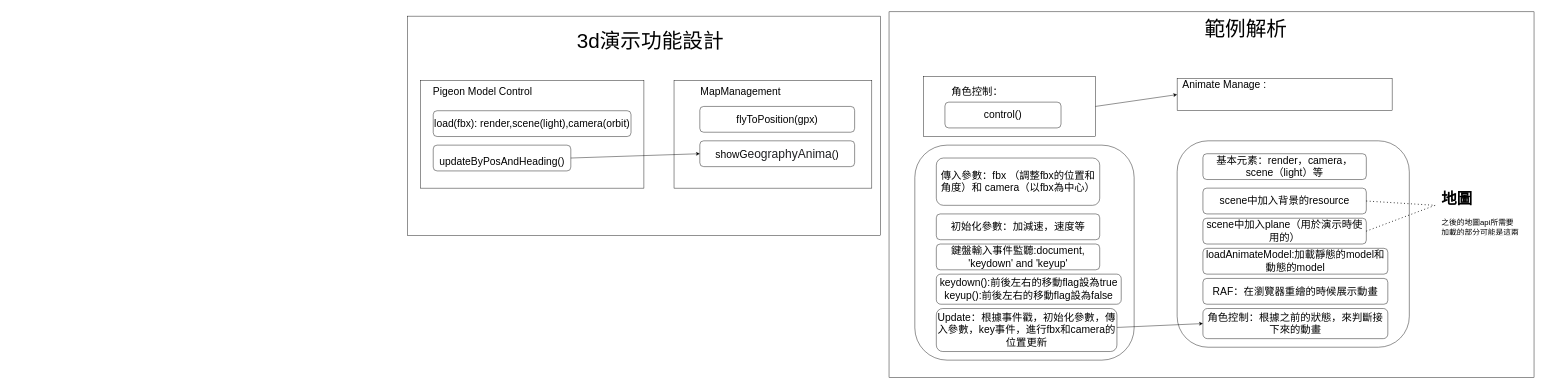
Above: JsonLearning/animateAndMoveByKey.drawio in pengzhen80/PigeonRace (draw.io), before the change. Source tidied: cells renumbered, new cells numbered last; positions are measured from the earlier drawing's top-left corner, leaving out a move shared by most shapes. Both pictures are drawn from the tidied source at 43%, with x=0, y=0 at pixel (407, 12).
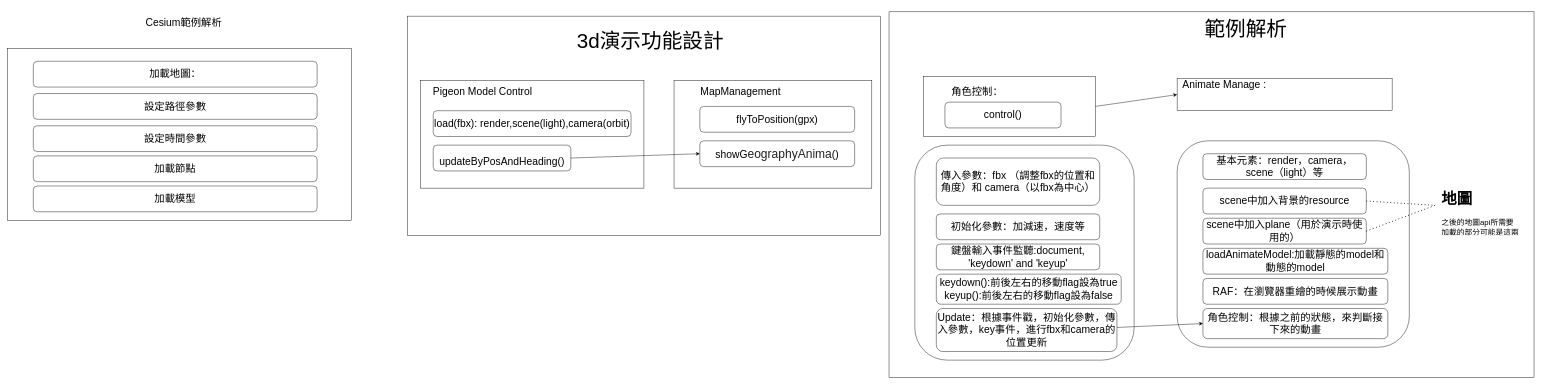
Above is the later version.

Change to the diagram source:
```diff
@@
+    <mxCell id="38" style="rounded=0;whiteSpace=wrap;html=1;" parent="1" vertex="1">
+      <mxGeometry x="-930" y="85" width="800" height="400" as="geometry" />
+    </mxCell>
+    <mxCell id="39" value="&lt;font style=&quot;font-size: 24px&quot;&gt;加載地圖：&lt;/font&gt;" style="rounded=1;whiteSpace=wrap;html=1;" parent="1" vertex="1">
+      <mxGeometry x="-870" y="115" width="660" height="60" as="geometry" />
+    </mxCell>
+    <mxCell id="40" value="設定路徑參數" style="rounded=1;whiteSpace=wrap;html=1;fontSize=24;" parent="1" vertex="1">
+      <mxGeometry x="-870" y="190" width="660" height="60" as="geometry" />
+    </mxCell>
+    <mxCell id="41" value="設定時間參數" style="rounded=1;whiteSpace=wrap;html=1;fontSize=24;" parent="1" vertex="1">
+      <mxGeometry x="-870" y="265" width="660" height="60" as="geometry" />
+    </mxCell>
+    <mxCell id="42" value="加載節點" style="rounded=1;whiteSpace=wrap;html=1;fontSize=24;" parent="1" vertex="1">
+      <mxGeometry x="-870" y="335" width="660" height="60" as="geometry" />
+    </mxCell>
+    <mxCell id="43" value="加載模型" style="rounded=1;whiteSpace=wrap;html=1;fontSize=24;" parent="1" vertex="1">
+      <mxGeometry x="-870" y="405" width="660" height="60" as="geometry" />
+    </mxCell>
+    <mxCell id="44" value="Cesium範例解析" style="text;html=1;strokeColor=none;fillColor=none;align=center;verticalAlign=middle;whiteSpace=wrap;rounded=0;fontSize=24;" parent="1" vertex="1">
+      <mxGeometry x="-750" y="-10" width="460" height="70" as="geometry" />
+    </mxCell>
```
